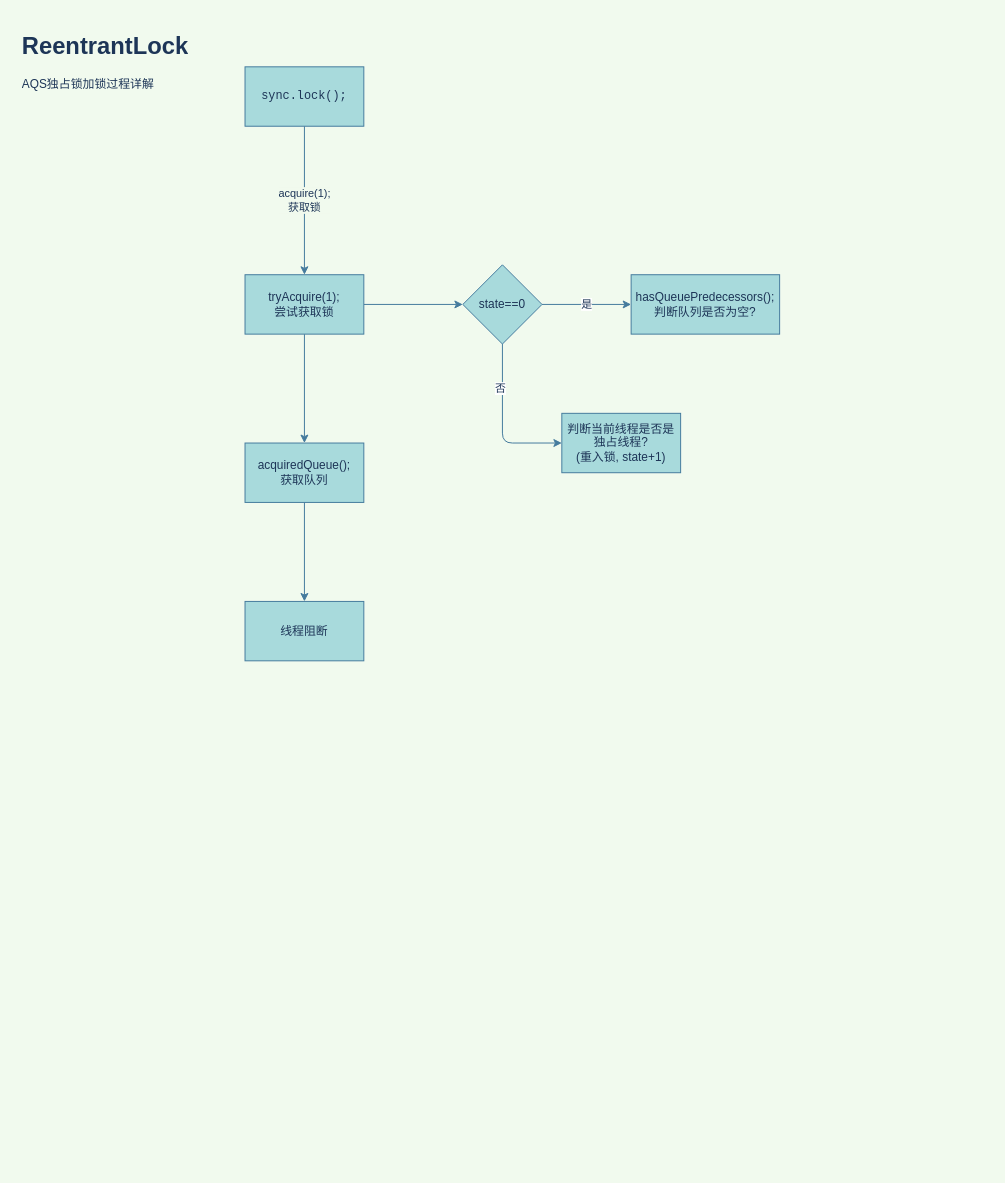
This is space1/未命名绘图.drawio from naccoit/drawio, a draw.io file, before an edit. Source tidied: cells renumbered, new cells numbered last; positions are measured from the earlier drawing's top-left corner, leaving out a move shared by most shapes. Both pictures are drawn from the tidied source at 99%, with x=0, y=0 at pixel (17, 27).
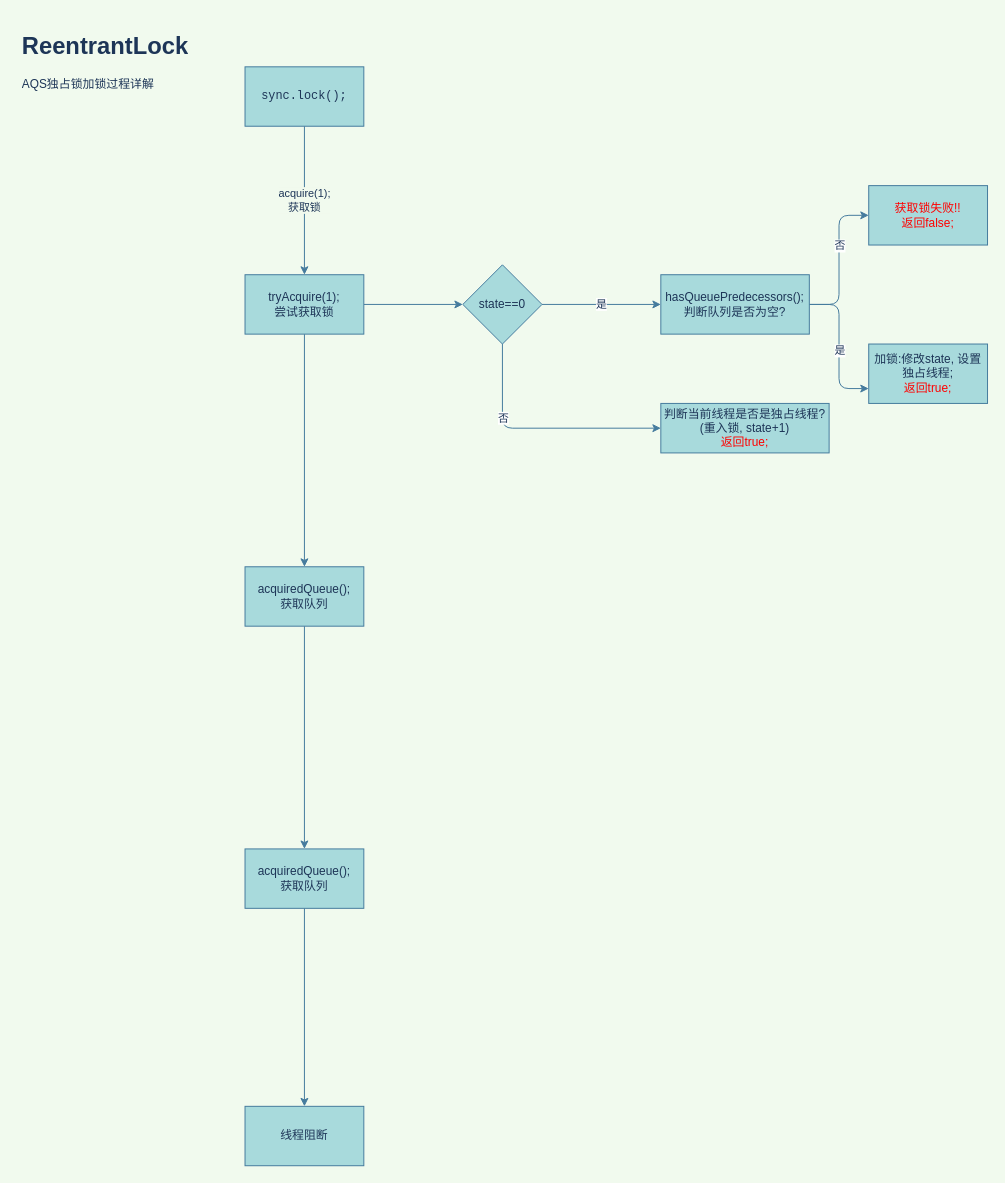
The same diagram, later.

Commit message (it also covers changes not shown here):
更新未命名绘图.drawio

Unchanged cells that the change refers to:
```xml
<mxCell id="9" value="tryAcquire(1);&lt;br&gt;尝试获取锁" style="whiteSpace=wrap;html=1;fillColor=#A8DADC;strokeColor=#457B9D;fontColor=#1D3557;" parent="1" vertex="1">
  <mxGeometry x="230" y="250" width="120" height="60" as="geometry" />
</mxCell>
<mxCell id="14" style="edgeStyle=orthogonalEdgeStyle;rounded=1;jettySize=auto;html=1;exitX=0.5;exitY=1;exitDx=0;exitDy=0;entryX=0;entryY=0.5;entryDx=0;entryDy=0;fontColor=#1D3557;strokeColor=#457B9D;fillColor=#A8DADC;" parent="1" edge="1" source="16" target="18">
  <mxGeometry relative="1" as="geometry" />
</mxCell>
```

Diff of the diagram source:
```diff
@@
-    <mxCell id="7" style="edgeStyle=orthogonalEdgeStyle;jettySize=auto;html=1;labelBackgroundColor=#F1FAEE;strokeColor=#457B9D;fontColor=#1D3557;" parent="1" edge="1" source="9" target="11">
-      <mxGeometry relative="1" as="geometry" />
-    </mxCell>
@@
+    <mxCell id="19" style="edgeStyle=orthogonalEdgeStyle;rounded=1;jettySize=auto;html=1;exitX=0.5;exitY=1;exitDx=0;exitDy=0;entryX=0.5;entryY=0;entryDx=0;entryDy=0;fontColor=#1D3557;strokeColor=#457B9D;fillColor=#A8DADC;" parent="1" edge="1" source="9" target="27">
+      <mxGeometry relative="1" as="geometry" />
+    </mxCell>
@@
     <mxCell id="11" value="acquiredQueue();&lt;br&gt;获取队列" style="whiteSpace=wrap;html=1;fillColor=#A8DADC;strokeColor=#457B9D;fontColor=#1D3557;" parent="1" vertex="1">
-      <mxGeometry x="230" y="420" width="120" height="60" as="geometry" />
+      <mxGeometry x="230" y="830" width="120" height="60" as="geometry" />
     </mxCell>
     <mxCell id="12" value="线程阻断" style="whiteSpace=wrap;html=1;fillColor=#A8DADC;strokeColor=#457B9D;fontColor=#1D3557;" parent="1" vertex="1">
-      <mxGeometry x="230" y="580" width="120" height="60" as="geometry" />
+      <mxGeometry x="230" y="1090" width="120" height="60" as="geometry" />
     </mxCell>
@@
     <mxCell id="15" value="否" style="edgeLabel;html=1;align=center;verticalAlign=middle;fontColor=#1D3557;" parent="14" vertex="1">
-      <mxGeometry x="-0.45" y="-3" relative="1" as="geometry" />
+      <mxGeometry x="-0.45" y="-3" relative="1" as="geometry">
+        <mxPoint x="3" y="7" as="offset" />
+      </mxGeometry>
     </mxCell>
@@
+    <mxCell id="20" style="edgeStyle=orthogonalEdgeStyle;rounded=1;jettySize=auto;html=1;fontColor=#1D3557;strokeColor=#457B9D;fillColor=#A8DADC;entryX=0;entryY=0.5;entryDx=0;entryDy=0;exitX=1;exitY=0.5;exitDx=0;exitDy=0;" parent="1" edge="1" source="17" target="24">
+      <mxGeometry relative="1" as="geometry" />
+    </mxCell>
+    <mxCell id="21" value="否" style="edgeLabel;html=1;align=center;verticalAlign=middle;fontColor=#1D3557;" parent="20" vertex="1">
+      <mxGeometry x="0.03" y="-2" relative="1" as="geometry">
+        <mxPoint x="-2" y="-13" as="offset" />
+      </mxGeometry>
+    </mxCell>
+    <mxCell id="22" style="edgeStyle=orthogonalEdgeStyle;rounded=1;jettySize=auto;html=1;exitX=1;exitY=0.5;exitDx=0;exitDy=0;entryX=0;entryY=0.75;entryDx=0;entryDy=0;fontColor=#1D3557;strokeColor=#457B9D;fillColor=#A8DADC;" parent="1" edge="1" source="17" target="25">
+      <mxGeometry relative="1" as="geometry" />
+    </mxCell>
+    <mxCell id="23" value="是" style="edgeLabel;html=1;align=center;verticalAlign=middle;fontColor=#1D3557;" parent="22" vertex="1">
+      <mxGeometry x="0.05" relative="1" as="geometry" />
+    </mxCell>
     <mxCell id="17" value="hasQueuePredecessors();&lt;br&gt;判断队列是否为空?" style="whiteSpace=wrap;html=1;fontColor=#1D3557;strokeColor=#457B9D;fillColor=#A8DADC;" parent="1" vertex="1">
-      <mxGeometry x="620" y="250" width="150" height="60" as="geometry" />
+      <mxGeometry x="650" y="250" width="150" height="60" as="geometry" />
     </mxCell>
-    <mxCell id="18" value="判断当前线程是否是独占线程?&lt;br&gt;(重入锁, state+1)" style="whiteSpace=wrap;html=1;fontColor=#1D3557;strokeColor=#457B9D;fillColor=#A8DADC;direction=east;" parent="1" vertex="1">
-      <mxGeometry x="550" y="390" width="120" height="60" as="geometry" />
+    <mxCell id="18" value="判断当前线程是否是独占线程?&lt;br&gt;(重入锁, state+1)&lt;br&gt;&lt;font color=&quot;#ff0000&quot;&gt;返回true;&lt;/font&gt;" style="whiteSpace=wrap;html=1;fontColor=#1D3557;strokeColor=#457B9D;fillColor=#A8DADC;direction=east;" parent="1" vertex="1">
+      <mxGeometry x="650" y="380" width="170" height="50" as="geometry" />
     </mxCell>
+    <mxCell id="24" value="&lt;font color=&quot;#ff0000&quot;&gt;获取锁失败!!&lt;br&gt;返回false;&lt;br&gt;&lt;/font&gt;" style="whiteSpace=wrap;html=1;fontColor=#1D3557;strokeColor=#457B9D;fillColor=#A8DADC;" parent="1" vertex="1">
+      <mxGeometry x="860" y="160" width="120" height="60" as="geometry" />
+    </mxCell>
+    <mxCell id="25" value="加锁:修改state, 设置独占线程;&lt;br&gt;&lt;font color=&quot;#ff0000&quot;&gt;返回true;&lt;/font&gt;" style="whiteSpace=wrap;html=1;fontColor=#1D3557;strokeColor=#457B9D;fillColor=#A8DADC;" parent="1" vertex="1">
+      <mxGeometry x="860" y="320" width="120" height="60" as="geometry" />
+    </mxCell>
+    <mxCell id="26" style="edgeStyle=orthogonalEdgeStyle;rounded=1;jettySize=auto;html=1;exitX=0.5;exitY=1;exitDx=0;exitDy=0;entryX=0.5;entryY=0;entryDx=0;entryDy=0;fontColor=#1D3557;strokeColor=#457B9D;fillColor=#A8DADC;" parent="1" edge="1" source="27" target="11">
+      <mxGeometry relative="1" as="geometry" />
+    </mxCell>
+    <mxCell id="27" value="acquiredQueue();&lt;br&gt;获取队列" style="whiteSpace=wrap;html=1;fillColor=#A8DADC;strokeColor=#457B9D;fontColor=#1D3557;" parent="1" vertex="1">
+      <mxGeometry x="230" y="545" width="120" height="60" as="geometry" />
+    </mxCell>
```
